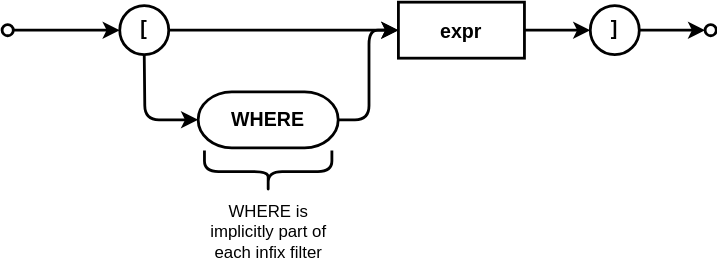
Before: cds/assets/cxl/infix-filter.drawio.svg, a diagram exported from draw.io (capire/docs). Source tidied: cells renumbered, new cells last; positions are measured from the earlier drawing's top-left corner, leaving out a move shared by most shapes.
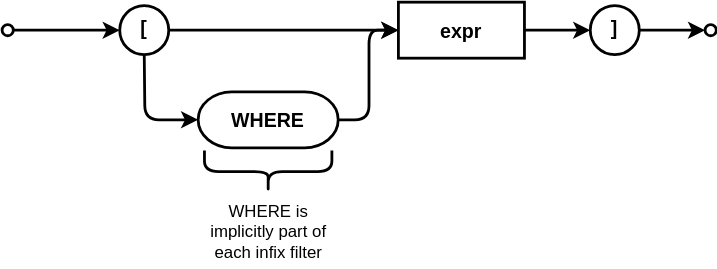
Later version of the same file.

The edit, as a diff of the source:
```diff
@@ -11,7 +11,7 @@
     <mxCell id="4" style="ellipse;whiteSpace=wrap;html=1;strokeWidth=2;verticalAlign=middle;align=center;fontStyle=1;fontSize=14;" parent="1" vertex="1">
       <mxGeometry y="16" width="8" height="8" as="geometry" />
     </mxCell>
-    <mxCell id="5" value="WHERE" style="align=center;newEdgeStyle={&quot;edgeStyle&quot;:&quot;entityRelationEdgeStyle&quot;,&quot;startArrow&quot;:&quot;none&quot;,&quot;endArrow&quot;:&quot;none&quot;,&quot;segment&quot;:10,&quot;curved&quot;:1,&quot;sourcePerimeterSpacing&quot;:0,&quot;targetPerimeterSpacing&quot;:0};strokeWidth=2;verticalAlign=middle;fontStyle=1;fontSize=14;rounded=1;whiteSpace=wrap;html=1;arcSize=60;" parent="1" vertex="1">
+    <mxCell id="5" value="WHERE" style="align=center;newEdgeStyle={&quot;edgeStyle&quot;:&quot;entityRelationEdgeStyle&quot;,&quot;startArrow&quot;:&quot;none&quot;,&quot;endArrow&quot;:&quot;none&quot;,&quot;segment&quot;:10,&quot;curved&quot;:1,&quot;sourcePerimeterSpacing&quot;:0,&quot;targetPerimeterSpacing&quot;:0};strokeWidth=2;verticalAlign=middle;fontStyle=1;fontSize=14;rounded=1;arcSize=60;" parent="1" vertex="1">
       <mxGeometry x="140" y="64" width="100" height="40" as="geometry" />
     </mxCell>
     <mxCell id="6" style="ellipse;whiteSpace=wrap;html=1;strokeWidth=2;verticalAlign=middle;align=center;fontStyle=1;fontSize=14;" parent="1" vertex="1">
```
